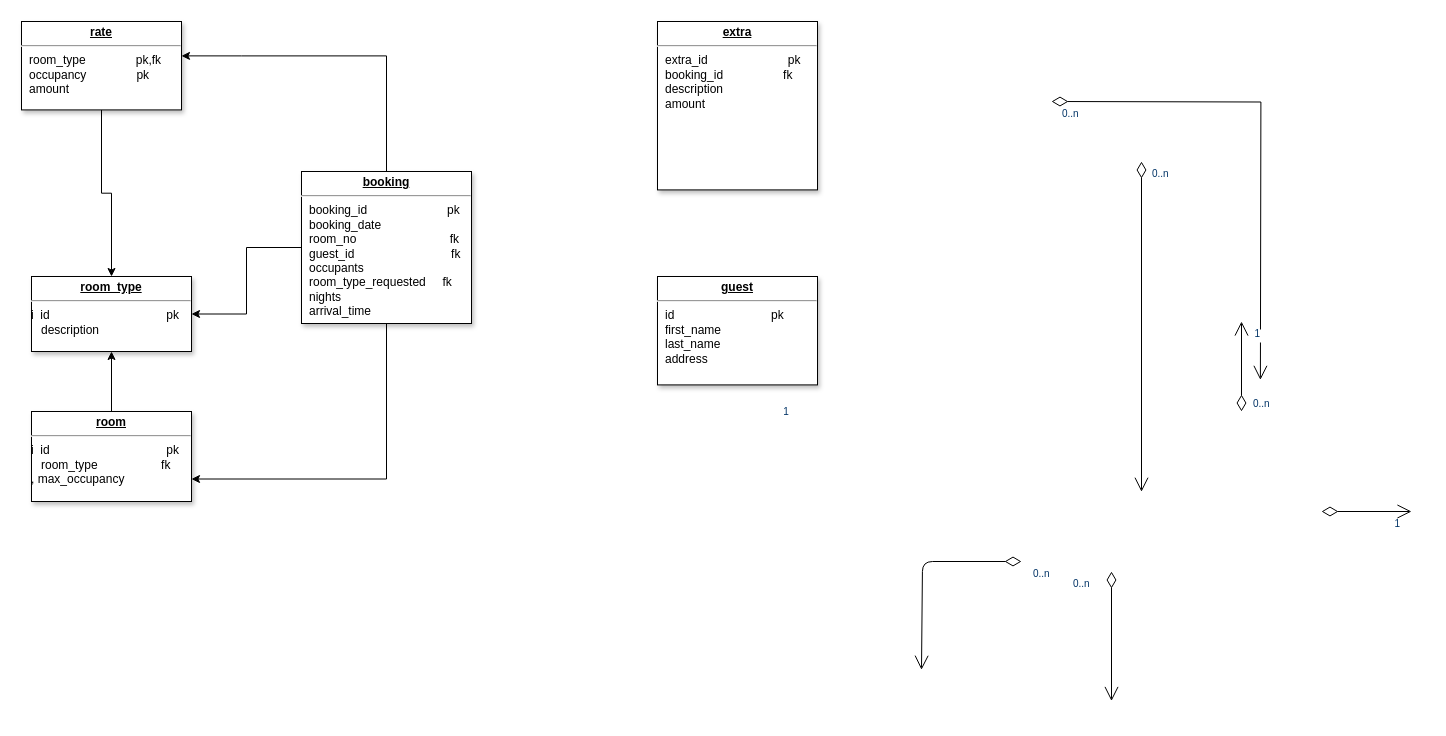
This is assignment.drawio from ISPaton/napierdataengineering, a draw.io file, before an edit. Source tidied: cells renumbered, new cells numbered last; positions are measured from the earlier drawing's top-left corner, leaving out a move shared by most shapes. Both pictures are drawn from the tidied source at 100%, with x=0, y=0 at pixel (21, 21).
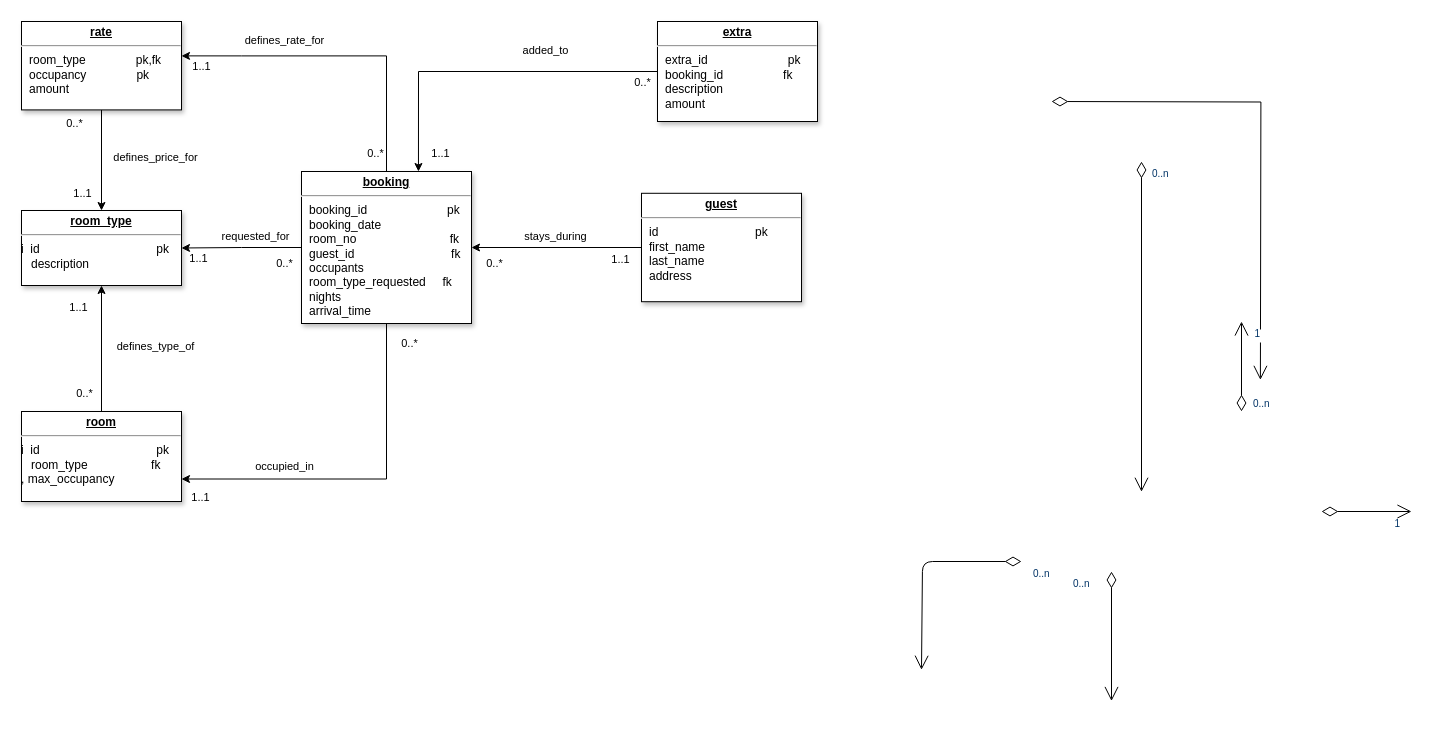
Above is the later version.

Unchanged cells that the change refers to:
```xml
<mxCell id="4" value="&lt;p style=&quot;margin: 0px; margin-top: 4px; text-align: center; text-decoration: underline;&quot;&gt;&lt;strong&gt;booking&lt;/strong&gt;&lt;/p&gt;&lt;hr&gt;&lt;p style=&quot;margin: 0px; margin-left: 8px;&quot;&gt;booking_id&amp;nbsp;&amp;nbsp;&amp;nbsp;&amp;nbsp;&amp;nbsp;&amp;nbsp;&amp;nbsp;&amp;nbsp;&amp;nbsp;&amp;nbsp;&amp;nbsp; &amp;nbsp; &amp;nbsp; &amp;nbsp; &amp;nbsp; &amp;nbsp; &amp;nbsp; pk&lt;br&gt;booking_date&lt;br&gt;&lt;/p&gt;&lt;p style=&quot;margin: 0px; margin-left: 8px;&quot;&gt;room_no&amp;nbsp;&amp;nbsp;&amp;nbsp;&amp;nbsp;&amp;nbsp;&amp;nbsp;&amp;nbsp;&amp;nbsp;&amp;nbsp;&amp;nbsp; &amp;nbsp; &amp;nbsp; &amp;nbsp; &amp;nbsp; &amp;nbsp; &amp;nbsp;&amp;nbsp; &amp;nbsp;&amp;nbsp;&amp;nbsp; fk&lt;br&gt;&lt;/p&gt;&lt;p style=&quot;margin: 0px; margin-left: 8px;&quot;&gt;guest_id&amp;nbsp;&amp;nbsp;&amp;nbsp;&amp;nbsp;&amp;nbsp;&amp;nbsp;&amp;nbsp;&amp;nbsp;&amp;nbsp;&amp;nbsp;&amp;nbsp;&amp;nbsp;&amp;nbsp; &amp;nbsp; &amp;nbsp; &amp;nbsp; &amp;nbsp; &amp;nbsp; &amp;nbsp; &amp;nbsp;&amp;nbsp; fk&lt;br&gt;&lt;/p&gt;&lt;p style=&quot;margin: 0px; margin-left: 8px;&quot;&gt;occupants&lt;/p&gt;&lt;p style=&quot;margin: 0px; margin-left: 8px;&quot;&gt;room_type_requested&amp;nbsp;&amp;nbsp; &amp;nbsp; fk&lt;br&gt;&lt;/p&gt;&lt;p style=&quot;margin: 0px; margin-left: 8px;&quot;&gt;nights&lt;/p&gt;&lt;p style=&quot;margin: 0px; margin-left: 8px;&quot;&gt;arrival_time&lt;br&gt;&lt;/p&gt;" style="verticalAlign=top;align=left;overflow=fill;fontSize=12;fontFamily=Helvetica;html=1;shadow=1;" parent="1" vertex="1">
  <mxGeometry x="280" y="150" width="170" height="152" as="geometry" />
</mxCell>
<mxCell id="10" style="endArrow=open;endSize=12;startArrow=diamondThin;startSize=14;startFill=0;edgeStyle=orthogonalEdgeStyle;rounded=0;" parent="1" edge="1">
  <mxGeometry x="519.4" y="180" as="geometry">
    <mxPoint x="1030" y="80" as="sourcePoint" />
    <mxPoint x="1238.9" y="358.4" as="targetPoint" />
  </mxGeometry>
</mxCell>
<mxCell id="26" style="edgeStyle=orthogonalEdgeStyle;rounded=0;jettySize=auto;html=1;exitX=0.5;exitY=0;exitDx=0;exitDy=0;entryX=1;entryY=0.389;entryDx=0;entryDy=0;entryPerimeter=0;" parent="1" edge="1" source="4" target="7">
  <mxGeometry relative="1" as="geometry" />
</mxCell>
```

Diff of the diagram source:
```diff
@@
     <mxCell id="5" value="&lt;p style=&quot;margin: 0px; margin-top: 4px; text-align: center; text-decoration: underline;&quot;&gt;&lt;strong&gt;room_type&lt;br&gt;&lt;/strong&gt;&lt;/p&gt;&lt;hr&gt;&lt;div&gt;i&amp;nbsp; id&amp;nbsp;&amp;nbsp;&amp;nbsp;&amp;nbsp;&amp;nbsp;&amp;nbsp;&amp;nbsp;&amp;nbsp;&amp;nbsp;&amp;nbsp;&amp;nbsp;&amp;nbsp;&amp;nbsp;&amp;nbsp;&amp;nbsp;&amp;nbsp;&amp;nbsp;&amp;nbsp;&amp;nbsp;&amp;nbsp;&amp;nbsp;&amp;nbsp;&amp;nbsp;&amp;nbsp;&amp;nbsp;&amp;nbsp;&amp;nbsp;&amp;nbsp;&amp;nbsp;&amp;nbsp;&amp;nbsp;&amp;nbsp;&amp;nbsp;&amp;nbsp; pk&lt;br&gt;&lt;/div&gt;&lt;div&gt;&amp;nbsp;&amp;nbsp; description&lt;br&gt;&lt;/div&gt;" style="verticalAlign=top;align=left;overflow=fill;fontSize=12;fontFamily=Helvetica;html=1;shadow=1;" parent="1" vertex="1">
-      <mxGeometry x="10" y="255" width="160" height="75" as="geometry" />
+      <mxGeometry y="189" width="160" height="75" as="geometry" />
     </mxCell>
@@
-    <mxCell id="11" value="0..n" style="align=left;verticalAlign=top;labelBackgroundColor=#ffffff;fontSize=10;strokeColor=#003366;shadow=1;fillColor=#D4E1F5;fontColor=#003366;" parent="10" vertex="1">
-      <mxGeometry x="-1" relative="1" as="geometry">
-        <mxPoint x="8.9" as="offset" />
-      </mxGeometry>
-    </mxCell>
-    <mxCell id="12" value="1" style="align=right;verticalAlign=top;labelBackgroundColor=#ffffff;fontSize=10;strokeColor=#003366;shadow=1;fillColor=#D4E1F5;fontColor=#003366;" parent="10" vertex="1">
-      <mxGeometry x="1" relative="1" as="geometry">
-        <mxPoint x="-470" y="20" as="offset" />
-      </mxGeometry>
-    </mxCell>
@@
     <mxCell id="23" value="&lt;p style=&quot;margin: 0px; margin-top: 4px; text-align: center; text-decoration: underline;&quot;&gt;&lt;strong&gt;room&lt;br&gt;&lt;/strong&gt;&lt;/p&gt;&lt;hr&gt;&lt;div&gt;i&amp;nbsp; id&amp;nbsp;&amp;nbsp;&amp;nbsp;&amp;nbsp;&amp;nbsp;&amp;nbsp;&amp;nbsp;&amp;nbsp;&amp;nbsp;&amp;nbsp;&amp;nbsp;&amp;nbsp;&amp;nbsp;&amp;nbsp;&amp;nbsp;&amp;nbsp;&amp;nbsp;&amp;nbsp;&amp;nbsp;&amp;nbsp;&amp;nbsp;&amp;nbsp;&amp;nbsp;&amp;nbsp;&amp;nbsp;&amp;nbsp;&amp;nbsp;&amp;nbsp;&amp;nbsp;&amp;nbsp;&amp;nbsp;&amp;nbsp;&amp;nbsp;&amp;nbsp; pk&lt;br&gt;&lt;/div&gt;&lt;div&gt;&amp;nbsp;&amp;nbsp; room_type&amp;nbsp;&amp;nbsp;&amp;nbsp;&amp;nbsp;&amp;nbsp;&amp;nbsp;&amp;nbsp;&amp;nbsp;&amp;nbsp;&amp;nbsp;&amp;nbsp;&amp;nbsp;&amp;nbsp;&amp;nbsp;&amp;nbsp;&amp;nbsp;&amp;nbsp;&amp;nbsp; fk&lt;/div&gt;&lt;div&gt;, max_occupancy&lt;br&gt;&lt;/div&gt;" style="verticalAlign=top;align=left;overflow=fill;fontSize=12;fontFamily=Helvetica;html=1;shadow=1;" parent="1" vertex="1">
-      <mxGeometry x="10" y="390" width="160" height="90" as="geometry" />
+      <mxGeometry y="390" width="160" height="90" as="geometry" />
     </mxCell>
     <mxCell id="24" value="&lt;p style=&quot;margin: 0px; margin-top: 4px; text-align: center; text-decoration: underline;&quot;&gt;&lt;strong&gt;extra&lt;br&gt;&lt;/strong&gt;&lt;/p&gt;&lt;hr&gt;&lt;p style=&quot;margin: 0px; margin-left: 8px;&quot;&gt;extra_id&amp;nbsp;&amp;nbsp;&amp;nbsp;&amp;nbsp;&amp;nbsp;&amp;nbsp;&amp;nbsp;&amp;nbsp;&amp;nbsp;&amp;nbsp;&amp;nbsp; &amp;nbsp; &amp;nbsp; &amp;nbsp; &amp;nbsp; &amp;nbsp; &amp;nbsp; pk&lt;br&gt;booking_id&amp;nbsp;&amp;nbsp;&amp;nbsp;&amp;nbsp;&amp;nbsp;&amp;nbsp;&amp;nbsp;&amp;nbsp;&amp;nbsp;&amp;nbsp;&amp;nbsp;&amp;nbsp;&amp;nbsp;&amp;nbsp;&amp;nbsp;&amp;nbsp;&amp;nbsp; fk&lt;br&gt;&lt;/p&gt;&lt;p style=&quot;margin: 0px; margin-left: 8px;&quot;&gt;description&lt;/p&gt;&lt;p style=&quot;margin: 0px; margin-left: 8px;&quot;&gt;amount&lt;br&gt;&lt;/p&gt;" style="verticalAlign=top;align=left;overflow=fill;fontSize=12;fontFamily=Helvetica;html=1;shadow=1;" parent="1" vertex="1">
-      <mxGeometry x="636" width="160" height="168.4" as="geometry" />
+      <mxGeometry x="636" width="160" height="100" as="geometry" />
     </mxCell>
+    <mxCell id="27" style="edgeStyle=orthogonalEdgeStyle;rounded=0;jettySize=auto;html=1;exitX=0;exitY=0.5;exitDx=0;exitDy=0;" parent="1" edge="1" source="25" target="4">
+      <mxGeometry relative="1" as="geometry" />
+    </mxCell>
     <mxCell id="25" value="&lt;p style=&quot;margin: 0px; margin-top: 4px; text-align: center; text-decoration: underline;&quot;&gt;&lt;strong&gt;guest&lt;br&gt;&lt;/strong&gt;&lt;/p&gt;&lt;hr&gt;&lt;p style=&quot;margin: 0px; margin-left: 8px;&quot;&gt;id &amp;nbsp;&amp;nbsp;&amp;nbsp; &amp;nbsp; &amp;nbsp; &amp;nbsp; &amp;nbsp; &amp;nbsp; &amp;nbsp;&amp;nbsp;&amp;nbsp;&amp;nbsp;&amp;nbsp;&amp;nbsp;&amp;nbsp;&amp;nbsp;&amp;nbsp;&amp;nbsp;&amp;nbsp;&amp;nbsp;&amp;nbsp; pk&lt;br&gt;first_name&lt;/p&gt;&lt;p style=&quot;margin: 0px; margin-left: 8px;&quot;&gt;last_name&lt;/p&gt;&lt;p style=&quot;margin: 0px; margin-left: 8px;&quot;&gt;address&lt;br&gt;&lt;/p&gt;" style="verticalAlign=top;align=left;overflow=fill;fontSize=12;fontFamily=Helvetica;html=1;shadow=1;" parent="1" vertex="1">
-      <mxGeometry x="636" y="255" width="160" height="108.4" as="geometry" />
+      <mxGeometry x="620" y="171.8" width="160" height="108.4" as="geometry" />
     </mxCell>
@@
+    <mxCell id="28" value="1..1" style="edgeLabel;html=1;align=center;verticalAlign=middle;" parent="26" vertex="1">
+      <mxGeometry x="0.75" y="4" relative="1" as="geometry">
+        <mxPoint x="-20" y="6" as="offset" />
+      </mxGeometry>
+    </mxCell>
+    <mxCell id="29" style="edgeStyle=orthogonalEdgeStyle;rounded=0;jettySize=auto;html=1;exitX=0;exitY=0.5;exitDx=0;exitDy=0;entryX=0.688;entryY=0;entryDx=0;entryDy=0;entryPerimeter=0;" parent="1" edge="1" source="24" target="4">
+      <mxGeometry relative="1" as="geometry" />
+    </mxCell>
+    <mxCell id="30" value="0..*" style="edgeLabel;html=1;align=center;verticalAlign=middle;" parent="1" vertex="1">
+      <mxGeometry x="350" y="130" as="geometry">
+        <mxPoint x="3" y="1" as="offset" />
+      </mxGeometry>
+    </mxCell>
+    <mxCell id="31" value="0..*" style="edgeLabel;html=1;align=center;verticalAlign=middle;" parent="1" vertex="1">
+      <mxGeometry x="360" y="140" as="geometry">
+        <mxPoint x="260" y="-80" as="offset" />
+      </mxGeometry>
+    </mxCell>
+    <mxCell id="32" value="1..1" style="edgeLabel;html=1;align=center;verticalAlign=middle;" parent="1" vertex="1">
+      <mxGeometry x="190.1" y="54.4" as="geometry">
+        <mxPoint x="228" y="77" as="offset" />
+      </mxGeometry>
+    </mxCell>
+    <mxCell id="33" value="0..*" style="edgeLabel;html=1;align=center;verticalAlign=middle;" parent="1" vertex="1">
+      <mxGeometry x="30" y="100" as="geometry">
+        <mxPoint x="22" y="1" as="offset" />
+      </mxGeometry>
+    </mxCell>
+    <mxCell id="34" value="1..1" style="edgeLabel;html=1;align=center;verticalAlign=middle;" parent="1" vertex="1">
+      <mxGeometry x="60" y="171.8" as="geometry" />
+    </mxCell>
+    <mxCell id="35" value="0..*" style="edgeLabel;html=1;align=center;verticalAlign=middle;" parent="1" vertex="1">
+      <mxGeometry x="40" y="370" as="geometry">
+        <mxPoint x="22" y="1" as="offset" />
+      </mxGeometry>
+    </mxCell>
+    <mxCell id="36" value="1..1" style="edgeLabel;html=1;align=center;verticalAlign=middle;" parent="1" vertex="1">
+      <mxGeometry x="70" y="189" as="geometry">
+        <mxPoint x="-14" y="96" as="offset" />
+      </mxGeometry>
+    </mxCell>
+    <mxCell id="37" value="1..1" style="edgeLabel;html=1;align=center;verticalAlign=middle;" parent="1" vertex="1">
+      <mxGeometry x="190.1" y="140" as="geometry">
+        <mxPoint x="-14" y="96" as="offset" />
+      </mxGeometry>
+    </mxCell>
+    <mxCell id="38" value="0..*" style="edgeLabel;html=1;align=center;verticalAlign=middle;" parent="1" vertex="1">
+      <mxGeometry x="240" y="240" as="geometry">
+        <mxPoint x="22" y="1" as="offset" />
+      </mxGeometry>
+    </mxCell>
+    <mxCell id="39" value="0..*" style="edgeLabel;html=1;align=center;verticalAlign=middle;" parent="1" vertex="1">
+      <mxGeometry x="365" y="320" as="geometry">
+        <mxPoint x="22" y="1" as="offset" />
+      </mxGeometry>
+    </mxCell>
+    <mxCell id="40" value="1..1" style="edgeLabel;html=1;align=center;verticalAlign=middle;" parent="1" vertex="1">
+      <mxGeometry x="200" y="370" as="geometry">
+        <mxPoint x="-22" y="105" as="offset" />
+      </mxGeometry>
+    </mxCell>
+    <mxCell id="41" value="0..*" style="edgeLabel;html=1;align=center;verticalAlign=middle;" parent="1" vertex="1">
+      <mxGeometry x="450" y="240" as="geometry">
+        <mxPoint x="22" y="1" as="offset" />
+      </mxGeometry>
+    </mxCell>
+    <mxCell id="42" value="1..1" style="edgeLabel;html=1;align=center;verticalAlign=middle;" parent="1" vertex="1">
+      <mxGeometry x="370" y="160" as="geometry">
+        <mxPoint x="228" y="77" as="offset" />
+      </mxGeometry>
+    </mxCell>
+    <mxCell id="43" value="defines_rate_for" style="edgeLabel;html=1;align=center;verticalAlign=middle;" parent="1" vertex="1">
+      <mxGeometry x="189.7" y="54.4" as="geometry">
+        <mxPoint x="73" y="-36" as="offset" />
+      </mxGeometry>
+    </mxCell>
+    <mxCell id="44" value="added_to" style="edgeLabel;html=1;align=center;verticalAlign=middle;" parent="1" vertex="1">
+      <mxGeometry x="450" y="64.4" as="geometry">
+        <mxPoint x="73" y="-36" as="offset" />
+      </mxGeometry>
+    </mxCell>
+    <mxCell id="45" value="requested_for" style="edgeLabel;html=1;align=center;verticalAlign=middle;" parent="1" vertex="1">
+      <mxGeometry x="160" y="250" as="geometry">
+        <mxPoint x="73" y="-36" as="offset" />
+      </mxGeometry>
+    </mxCell>
+    <mxCell id="46" value="occupied_in" style="edgeLabel;html=1;align=center;verticalAlign=middle;" parent="1" vertex="1">
+      <mxGeometry x="189.7" y="480" as="geometry">
+        <mxPoint x="73" y="-36" as="offset" />
+      </mxGeometry>
+    </mxCell>
+    <mxCell id="47" value="defines_type_of" style="edgeLabel;html=1;align=center;verticalAlign=middle;" parent="1" vertex="1">
+      <mxGeometry x="60" y="360" as="geometry">
+        <mxPoint x="73" y="-36" as="offset" />
+      </mxGeometry>
+    </mxCell>
+    <mxCell id="48" value="defines_price_for" style="edgeLabel;html=1;align=center;verticalAlign=middle;" parent="1" vertex="1">
+      <mxGeometry x="60" y="171.8" as="geometry">
+        <mxPoint x="73" y="-36" as="offset" />
+      </mxGeometry>
+    </mxCell>
+    <mxCell id="49" value="stays_during" style="edgeLabel;html=1;align=center;verticalAlign=middle;" parent="1" vertex="1">
+      <mxGeometry x="460" y="250" as="geometry">
+        <mxPoint x="73" y="-36" as="offset" />
+      </mxGeometry>
+    </mxCell>
```
